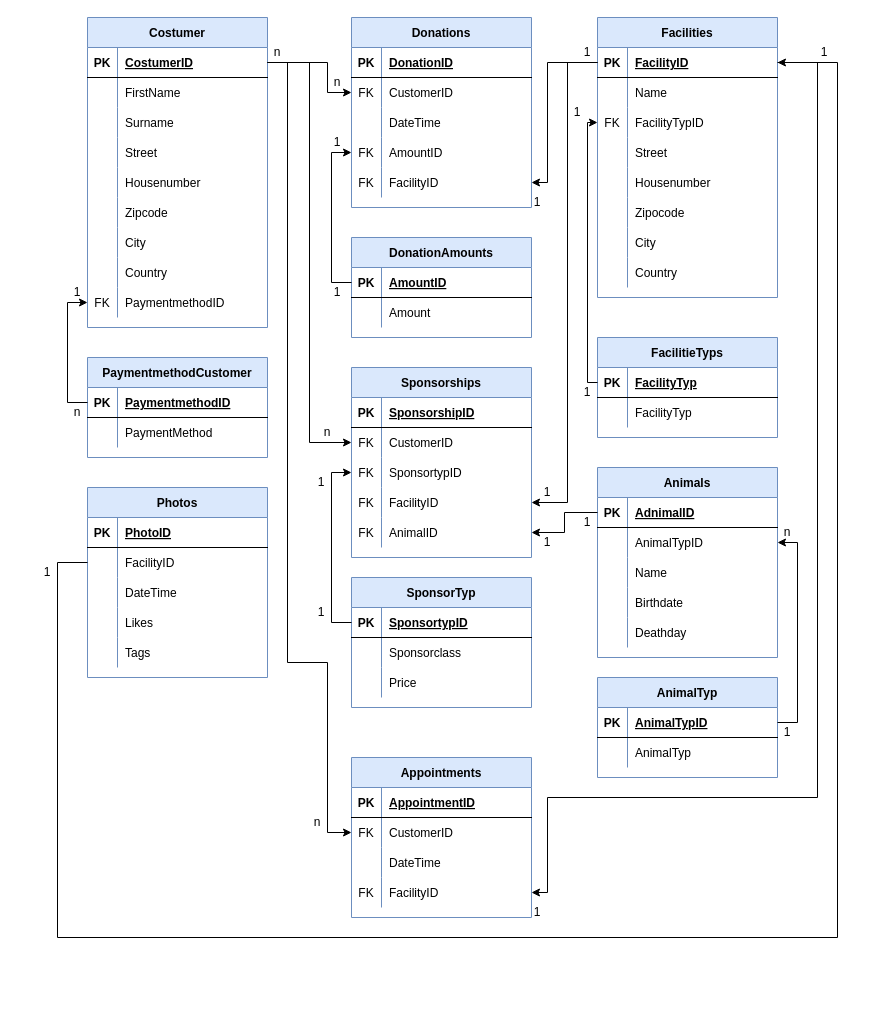
Earlier version of the draw.io diagram _docs/database/DDL-AnimalShelter.drawio (TabithaSusan/angular-animal-sponsoring). Source tidied: cells renumbered, new cells numbered last; positions are measured from the earlier drawing's top-left corner, leaving out a move shared by most shapes. Both pictures are drawn from the tidied source at 100%, with x=0, y=0 at pixel (17, 17).
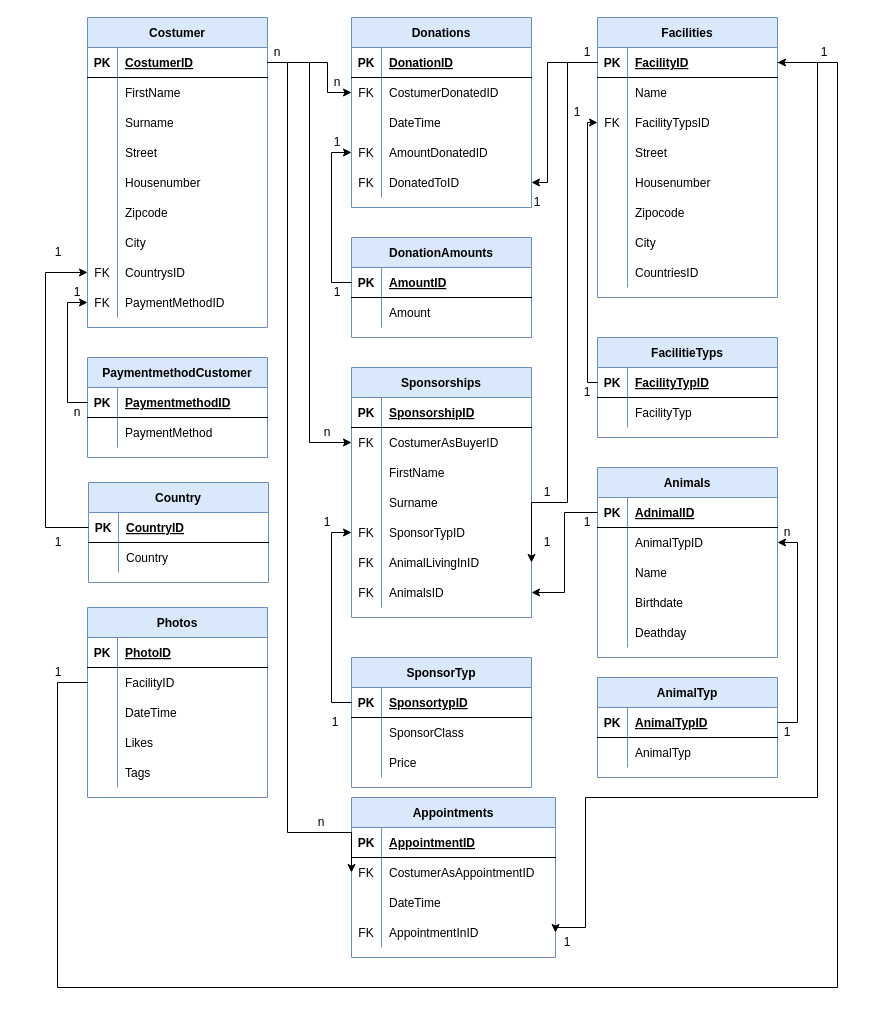
The same diagram, later.

Unchanged cells that the change refers to:
```xml
<mxCell id="3" style="shape=tableRow;horizontal=0;startSize=0;swimlaneHead=0;swimlaneBody=0;fillColor=none;points=[[0,0.5],[1,0.5]];portConstraint=eastwest;top=0;left=0;right=0;bottom=1;" parent="2" vertex="1">
  <mxGeometry y="30" width="180" height="30" as="geometry" />
</mxCell>
<mxCell id="24" style="shape=tableRow;horizontal=0;startSize=0;swimlaneHead=0;swimlaneBody=0;fillColor=none;points=[[0,0.5],[1,0.5]];portConstraint=eastwest;top=0;left=0;right=0;bottom=0;" parent="2" vertex="1">
  <mxGeometry y="240" width="180" height="30" as="geometry" />
</mxCell>
<mxCell id="27" style="shape=tableRow;horizontal=0;startSize=0;swimlaneHead=0;swimlaneBody=0;fillColor=none;points=[[0,0.5],[1,0.5]];portConstraint=eastwest;top=0;left=0;right=0;bottom=0;" parent="2" vertex="1">
  <mxGeometry y="270" width="180" height="30" as="geometry" />
</mxCell>
<mxCell id="34" style="shape=tableRow;horizontal=0;startSize=0;swimlaneHead=0;swimlaneBody=0;fillColor=none;points=[[0,0.5],[1,0.5]];portConstraint=eastwest;top=0;left=0;right=0;bottom=0;" parent="30" vertex="1">
  <mxGeometry y="60" width="180" height="30" as="geometry" />
</mxCell>
<mxCell id="40" style="shape=tableRow;horizontal=0;startSize=0;swimlaneHead=0;swimlaneBody=0;fillColor=none;points=[[0,0.5],[1,0.5]];portConstraint=eastwest;top=0;left=0;right=0;bottom=0;" parent="30" vertex="1">
  <mxGeometry y="120" width="180" height="30" as="geometry" />
</mxCell>
<mxCell id="43" style="shape=tableRow;horizontal=0;startSize=0;swimlaneHead=0;swimlaneBody=0;fillColor=none;points=[[0,0.5],[1,0.5]];portConstraint=eastwest;top=0;left=0;right=0;bottom=0;" parent="30" vertex="1">
  <mxGeometry y="150" width="180" height="30" as="geometry" />
</mxCell>
<mxCell id="50" style="shape=tableRow;horizontal=0;startSize=0;swimlaneHead=0;swimlaneBody=0;fillColor=none;points=[[0,0.5],[1,0.5]];portConstraint=eastwest;top=0;left=0;right=0;bottom=0;" parent="46" vertex="1">
  <mxGeometry y="60" width="180" height="30" as="geometry" />
</mxCell>
<mxCell id="83" style="shape=tableRow;horizontal=0;startSize=0;swimlaneHead=0;swimlaneBody=0;fillColor=none;points=[[0,0.5],[1,0.5]];portConstraint=eastwest;top=0;left=0;right=0;bottom=1;" parent="82" vertex="1">
  <mxGeometry y="30" width="180" height="30" as="geometry" />
</mxCell>
<mxCell id="89" style="shape=tableRow;horizontal=0;startSize=0;swimlaneHead=0;swimlaneBody=0;fillColor=none;points=[[0,0.5],[1,0.5]];portConstraint=eastwest;top=0;left=0;right=0;bottom=0;" parent="82" vertex="1">
  <mxGeometry y="90" width="180" height="30" as="geometry" />
</mxCell>
<mxCell id="104" style="shape=tableRow;horizontal=0;startSize=0;swimlaneHead=0;swimlaneBody=0;fillColor=none;top=0;left=0;right=0;bottom=0;" parent="82" vertex="1">
  <mxGeometry y="240" width="180" height="30" as="geometry" />
</mxCell>
<mxCell id="108" style="shape=tableRow;horizontal=0;startSize=0;swimlaneHead=0;swimlaneBody=0;fillColor=none;points=[[0,0.5],[1,0.5]];portConstraint=eastwest;top=0;left=0;right=0;bottom=1;" parent="107" vertex="1">
  <mxGeometry y="30" width="180" height="30" as="geometry" />
</mxCell>
<mxCell id="118" style="shape=tableRow;horizontal=0;startSize=0;swimlaneHead=0;swimlaneBody=0;fillColor=none;points=[[0,0.5],[1,0.5]];portConstraint=eastwest;top=0;left=0;right=0;bottom=0;" parent="114" vertex="1">
  <mxGeometry y="60" width="180" height="30" as="geometry" />
</mxCell>
<mxCell id="175" style="shape=tableRow;horizontal=0;startSize=0;swimlaneHead=0;swimlaneBody=0;fillColor=none;top=0;left=0;right=0;bottom=0;" parent="171" vertex="1">
  <mxGeometry y="60" width="180" height="30" as="geometry" />
</mxCell>
```

Diff of the diagram source:
```diff
@@
-    <mxCell id="25" style="shape=partialRectangle;fillColor=none;top=0;left=0;bottom=0;right=0;overflow=hidden;" parent="24" vertex="1">
+    <mxCell id="25" value="FK" style="shape=partialRectangle;fillColor=none;top=0;left=0;bottom=0;right=0;overflow=hidden;" parent="24" vertex="1">
       <mxGeometry width="30" height="30" as="geometry" />
     </mxCell>
-    <mxCell id="26" value="Country" style="shape=partialRectangle;fillColor=none;top=0;left=0;bottom=0;right=0;align=left;spacingLeft=6;overflow=hidden;" parent="24" vertex="1">
+    <mxCell id="26" value="CountrysID" style="shape=partialRectangle;fillColor=none;top=0;left=0;bottom=0;right=0;align=left;spacingLeft=6;overflow=hidden;" parent="24" vertex="1">
       <mxGeometry x="30" width="150" height="30" as="geometry" />
     </mxCell>
@@
-    <mxCell id="29" value="PaymentmethodID" style="shape=partialRectangle;fillColor=none;top=0;left=0;bottom=0;right=0;align=left;spacingLeft=6;overflow=hidden;" parent="27" vertex="1">
+    <mxCell id="29" value="PaymentMethodID" style="shape=partialRectangle;fillColor=none;top=0;left=0;bottom=0;right=0;align=left;spacingLeft=6;overflow=hidden;" parent="27" vertex="1">
       <mxGeometry x="30" width="150" height="30" as="geometry" />
     </mxCell>
@@
-    <mxCell id="36" value="CustomerID" style="shape=partialRectangle;fillColor=none;top=0;left=0;bottom=0;right=0;align=left;spacingLeft=6;overflow=hidden;" parent="34" vertex="1">
+    <mxCell id="36" value="CostumerDonatedID" style="shape=partialRectangle;fillColor=none;top=0;left=0;bottom=0;right=0;align=left;spacingLeft=6;overflow=hidden;" parent="34" vertex="1">
       <mxGeometry x="30" width="150" height="30" as="geometry" />
     </mxCell>
@@
-    <mxCell id="42" value="AmountID" style="shape=partialRectangle;fillColor=none;top=0;left=0;bottom=0;right=0;align=left;spacingLeft=6;overflow=hidden;" parent="40" vertex="1">
+    <mxCell id="42" value="AmountDonatedID" style="shape=partialRectangle;fillColor=none;top=0;left=0;bottom=0;right=0;align=left;spacingLeft=6;overflow=hidden;" parent="40" vertex="1">
       <mxGeometry x="30" width="150" height="30" as="geometry" />
     </mxCell>
@@
-    <mxCell id="45" value="FacilityID" style="shape=partialRectangle;fillColor=none;top=0;left=0;bottom=0;right=0;align=left;spacingLeft=6;overflow=hidden;" parent="43" vertex="1">
+    <mxCell id="45" value="DonatedToID" style="shape=partialRectangle;fillColor=none;top=0;left=0;bottom=0;right=0;align=left;spacingLeft=6;overflow=hidden;" parent="43" vertex="1">
       <mxGeometry x="30" width="150" height="30" as="geometry" />
     </mxCell>
     <mxCell id="46" value="Sponsorships" style="shape=table;startSize=30;childLayout=tableLayout;rowLines=0;fontStyle=1;align=center;fillColor=#dae8fc;strokeColor=#6c8ebf;" parent="1" vertex="1">
-      <mxGeometry x="334" y="350" width="180" height="190" as="geometry" />
+      <mxGeometry x="334" y="350" width="180" height="250" as="geometry" />
     </mxCell>
@@
-    <mxCell id="52" value="CustomerID" style="shape=partialRectangle;fillColor=none;top=0;left=0;bottom=0;right=0;align=left;spacingLeft=6;overflow=hidden;" parent="50" vertex="1">
+    <mxCell id="52" value="CostumerAsBuyerID" style="shape=partialRectangle;fillColor=none;top=0;left=0;bottom=0;right=0;align=left;spacingLeft=6;overflow=hidden;" parent="50" vertex="1">
       <mxGeometry x="30" width="150" height="30" as="geometry" />
     </mxCell>
+    <mxCell id="205" style="shape=tableRow;horizontal=0;startSize=0;swimlaneHead=0;swimlaneBody=0;fillColor=none;top=0;left=0;right=0;bottom=0;" parent="46" vertex="1">
+      <mxGeometry y="90" width="180" height="30" as="geometry" />
+    </mxCell>
+    <mxCell id="206" style="shape=partialRectangle;fillColor=none;top=0;left=0;bottom=0;right=0;overflow=hidden;" parent="205" vertex="1">
+      <mxGeometry width="30" height="30" as="geometry" />
+    </mxCell>
+    <mxCell id="207" value="FirstName" style="shape=partialRectangle;fillColor=none;top=0;left=0;bottom=0;right=0;align=left;spacingLeft=6;overflow=hidden;" parent="205" vertex="1">
+      <mxGeometry x="30" width="150" height="30" as="geometry" />
+    </mxCell>
+    <mxCell id="208" style="shape=tableRow;horizontal=0;startSize=0;swimlaneHead=0;swimlaneBody=0;fillColor=none;top=0;left=0;right=0;bottom=0;" parent="46" vertex="1">
+      <mxGeometry y="120" width="180" height="30" as="geometry" />
+    </mxCell>
+    <mxCell id="209" style="shape=partialRectangle;fillColor=none;top=0;left=0;bottom=0;right=0;overflow=hidden;" parent="208" vertex="1">
+      <mxGeometry width="30" height="30" as="geometry" />
+    </mxCell>
+    <mxCell id="210" value="Surname" style="shape=partialRectangle;fillColor=none;top=0;left=0;bottom=0;right=0;align=left;spacingLeft=6;overflow=hidden;" parent="208" vertex="1">
+      <mxGeometry x="30" width="150" height="30" as="geometry" />
+    </mxCell>
     <mxCell id="53" style="shape=tableRow;horizontal=0;startSize=0;swimlaneHead=0;swimlaneBody=0;fillColor=none;points=[[0,0.5],[1,0.5]];portConstraint=eastwest;top=0;left=0;right=0;bottom=0;" parent="46" vertex="1">
-      <mxGeometry y="90" width="180" height="30" as="geometry" />
+      <mxGeometry y="150" width="180" height="30" as="geometry" />
     </mxCell>
@@
-    <mxCell id="55" value="SponsortypID" style="shape=partialRectangle;fillColor=none;top=0;left=0;bottom=0;right=0;align=left;spacingLeft=6;overflow=hidden;" parent="53" vertex="1">
+    <mxCell id="55" value="SponsorTypID" style="shape=partialRectangle;fillColor=none;top=0;left=0;bottom=0;right=0;align=left;spacingLeft=6;overflow=hidden;" parent="53" vertex="1">
       <mxGeometry x="30" width="150" height="30" as="geometry" />
     </mxCell>
     <mxCell id="56" style="shape=tableRow;horizontal=0;startSize=0;swimlaneHead=0;swimlaneBody=0;fillColor=none;points=[[0,0.5],[1,0.5]];portConstraint=eastwest;top=0;left=0;right=0;bottom=0;" parent="46" vertex="1">
-      <mxGeometry y="120" width="180" height="30" as="geometry" />
+      <mxGeometry y="180" width="180" height="30" as="geometry" />
     </mxCell>
@@
-    <mxCell id="58" value="FacilityID" style="shape=partialRectangle;fillColor=none;top=0;left=0;bottom=0;right=0;align=left;spacingLeft=6;overflow=hidden;" parent="56" vertex="1">
+    <mxCell id="58" value="AnimalLivingInID" style="shape=partialRectangle;fillColor=none;top=0;left=0;bottom=0;right=0;align=left;spacingLeft=6;overflow=hidden;" parent="56" vertex="1">
       <mxGeometry x="30" width="150" height="30" as="geometry" />
     </mxCell>
     <mxCell id="59" style="shape=tableRow;horizontal=0;startSize=0;swimlaneHead=0;swimlaneBody=0;fillColor=none;points=[[0,0.5],[1,0.5]];portConstraint=eastwest;top=0;left=0;right=0;bottom=0;" parent="46" vertex="1">
-      <mxGeometry y="150" width="180" height="30" as="geometry" />
+      <mxGeometry y="210" width="180" height="30" as="geometry" />
     </mxCell>
@@
-    <mxCell id="61" value="AnimalID" style="shape=partialRectangle;fillColor=none;top=0;left=0;bottom=0;right=0;align=left;spacingLeft=6;overflow=hidden;" parent="59" vertex="1">
+    <mxCell id="61" value="AnimalsID" style="shape=partialRectangle;fillColor=none;top=0;left=0;bottom=0;right=0;align=left;spacingLeft=6;overflow=hidden;" parent="59" vertex="1">
       <mxGeometry x="30" width="150" height="30" as="geometry" />
     </mxCell>
@@
     <mxCell id="69" value="Appointments" style="shape=table;startSize=30;childLayout=tableLayout;rowLines=0;fontStyle=1;align=center;fillColor=#dae8fc;strokeColor=#6c8ebf;" parent="1" vertex="1">
-      <mxGeometry x="334" y="740" width="180" height="160" as="geometry" />
+      <mxGeometry x="334" y="780" width="204" height="160" as="geometry" />
     </mxCell>
     <mxCell id="70" style="shape=tableRow;horizontal=0;startSize=0;swimlaneHead=0;swimlaneBody=0;fillColor=none;top=0;left=0;right=0;bottom=1;" parent="69" vertex="1">
-      <mxGeometry y="30" width="180" height="30" as="geometry" />
+      <mxGeometry y="30" width="204" height="30" as="geometry" />
     </mxCell>
@@
     <mxCell id="72" value="AppointmentID" style="shape=partialRectangle;fillColor=none;top=0;left=0;bottom=0;right=0;align=left;spacingLeft=6;fontStyle=5;overflow=hidden;" parent="70" vertex="1">
-      <mxGeometry x="30" width="150" height="30" as="geometry" />
+      <mxGeometry x="30" width="174" height="30" as="geometry" />
     </mxCell>
     <mxCell id="73" style="shape=tableRow;horizontal=0;startSize=0;swimlaneHead=0;swimlaneBody=0;fillColor=none;points=[[0,0.5],[1,0.5]];portConstraint=eastwest;top=0;left=0;right=0;bottom=0;" parent="69" vertex="1">
-      <mxGeometry y="60" width="180" height="30" as="geometry" />
+      <mxGeometry y="60" width="204" height="30" as="geometry" />
     </mxCell>
@@
-    <mxCell id="75" value="CustomerID" style="shape=partialRectangle;fillColor=none;top=0;left=0;bottom=0;right=0;align=left;spacingLeft=6;overflow=hidden;" parent="73" vertex="1">
-      <mxGeometry x="30" width="150" height="30" as="geometry" />
+    <mxCell id="75" value="CostumerAsAppointmentID" style="shape=partialRectangle;fillColor=none;top=0;left=0;bottom=0;right=0;align=left;spacingLeft=6;overflow=hidden;" parent="73" vertex="1">
+      <mxGeometry x="30" width="174" height="30" as="geometry" />
     </mxCell>
     <mxCell id="76" style="shape=tableRow;horizontal=0;startSize=0;swimlaneHead=0;swimlaneBody=0;fillColor=none;top=0;left=0;right=0;bottom=0;" parent="69" vertex="1">
-      <mxGeometry y="90" width="180" height="30" as="geometry" />
+      <mxGeometry y="90" width="204" height="30" as="geometry" />
     </mxCell>
@@
     <mxCell id="78" value="DateTime" style="shape=partialRectangle;fillColor=none;top=0;left=0;bottom=0;right=0;align=left;spacingLeft=6;overflow=hidden;" parent="76" vertex="1">
-      <mxGeometry x="30" width="150" height="30" as="geometry" />
+      <mxGeometry x="30" width="174" height="30" as="geometry" />
     </mxCell>
     <mxCell id="79" style="shape=tableRow;horizontal=0;startSize=0;swimlaneHead=0;swimlaneBody=0;fillColor=none;points=[[0,0.5],[1,0.5]];portConstraint=eastwest;top=0;left=0;right=0;bottom=0;" parent="69" vertex="1">
-      <mxGeometry y="120" width="180" height="30" as="geometry" />
+      <mxGeometry y="120" width="204" height="30" as="geometry" />
     </mxCell>
@@
-    <mxCell id="81" value="FacilityID" style="shape=partialRectangle;fillColor=none;top=0;left=0;bottom=0;right=0;align=left;spacingLeft=6;overflow=hidden;" parent="79" vertex="1">
-      <mxGeometry x="30" width="150" height="30" as="geometry" />
+    <mxCell id="81" value="AppointmentInID" style="shape=partialRectangle;fillColor=none;top=0;left=0;bottom=0;right=0;align=left;spacingLeft=6;overflow=hidden;" parent="79" vertex="1">
+      <mxGeometry x="30" width="174" height="30" as="geometry" />
     </mxCell>
@@
-    <mxCell id="91" value="FacilityTypID" style="shape=partialRectangle;fillColor=none;top=0;left=0;bottom=0;right=0;align=left;spacingLeft=6;overflow=hidden;" parent="89" vertex="1">
+    <mxCell id="91" value="FacilityTypsID" style="shape=partialRectangle;fillColor=none;top=0;left=0;bottom=0;right=0;align=left;spacingLeft=6;overflow=hidden;" parent="89" vertex="1">
       <mxGeometry x="30" width="150" height="30" as="geometry" />
     </mxCell>
@@
-    <mxCell id="106" value="Country" style="shape=partialRectangle;fillColor=none;top=0;left=0;bottom=0;right=0;align=left;spacingLeft=6;overflow=hidden;" parent="104" vertex="1">
+    <mxCell id="106" value="CountriesID" style="shape=partialRectangle;fillColor=none;top=0;left=0;bottom=0;right=0;align=left;spacingLeft=6;overflow=hidden;" parent="104" vertex="1">
       <mxGeometry x="30" width="150" height="30" as="geometry" />
     </mxCell>
@@
-    <mxCell id="110" value="FacilityTyp" style="shape=partialRectangle;fillColor=none;top=0;left=0;bottom=0;right=0;align=left;spacingLeft=6;fontStyle=5;overflow=hidden;" parent="108" vertex="1">
+    <mxCell id="110" value="FacilityTypID" style="shape=partialRectangle;fillColor=none;top=0;left=0;bottom=0;right=0;align=left;spacingLeft=6;fontStyle=5;overflow=hidden;" parent="108" vertex="1">
       <mxGeometry x="30" width="150" height="30" as="geometry" />
     </mxCell>
@@
     <mxCell id="114" value="Photos" style="shape=table;startSize=30;childLayout=tableLayout;rowLines=0;fontStyle=1;align=center;fillColor=#dae8fc;strokeColor=#6c8ebf;" parent="1" vertex="1">
-      <mxGeometry x="70" y="470" width="180" height="190" as="geometry" />
+      <mxGeometry x="70" y="590" width="180" height="190" as="geometry" />
     </mxCell>
@@
     <mxCell id="141" style="edgeStyle=orthogonalEdgeStyle;rounded=0;jettySize=auto;html=1;entryX=1;entryY=0.5;entryDx=0;entryDy=0;" parent="1" edge="1" source="83" target="79">
       <mxGeometry relative="1" as="geometry">
         <Array as="points">
           <mxPoint x="800" y="45" />
           <mxPoint x="800" y="780" />
-          <mxPoint x="530" y="780" />
-          <mxPoint x="530" y="875" />
+          <mxPoint x="568" y="780" />
+          <mxPoint x="568" y="910" />
+          <mxPoint x="538" y="910" />
         </Array>
       </mxGeometry>
     </mxCell>
@@
     <mxCell id="144" style="edgeStyle=orthogonalEdgeStyle;rounded=0;jettySize=auto;html=1;entryX=0;entryY=0.5;entryDx=0;entryDy=0;" parent="1" edge="1" source="3" target="73">
       <mxGeometry relative="1" as="geometry">
         <Array as="points">
           <mxPoint x="270" y="45" />
-          <mxPoint x="270" y="645" />
-          <mxPoint x="310" y="645" />
-          <mxPoint x="310" y="815" />
+          <mxPoint x="270" y="815" />
+          <mxPoint x="334" y="815" />
         </Array>
       </mxGeometry>
     </mxCell>
@@
     <mxCell id="171" value="SponsorTyp" style="shape=table;startSize=30;childLayout=tableLayout;rowLines=0;fontStyle=1;align=center;fillColor=#dae8fc;strokeColor=#6c8ebf;" parent="1" vertex="1">
-      <mxGeometry x="334" y="560" width="180" height="130" as="geometry" />
+      <mxGeometry x="334" y="640" width="180" height="130" as="geometry" />
     </mxCell>
@@
-    <mxCell id="177" value="Sponsorclass" style="shape=partialRectangle;fillColor=none;top=0;left=0;bottom=0;right=0;align=left;spacingLeft=6;overflow=hidden;" parent="175" vertex="1">
+    <mxCell id="177" value="SponsorClass" style="shape=partialRectangle;fillColor=none;top=0;left=0;bottom=0;right=0;align=left;spacingLeft=6;overflow=hidden;" parent="175" vertex="1">
       <mxGeometry x="30" width="150" height="30" as="geometry" />
     </mxCell>
@@
     <mxCell id="182" style="edgeStyle=orthogonalEdgeStyle;rounded=0;jettySize=auto;html=1;entryX=1;entryY=0.5;entryDx=0;entryDy=0;" parent="1" edge="1" source="118" target="83">
       <mxGeometry relative="1" as="geometry">
         <Array as="points">
-          <mxPoint x="40" y="545" />
-          <mxPoint x="40" y="920" />
-          <mxPoint x="820" y="920" />
+          <mxPoint x="40" y="665" />
+          <mxPoint x="40" y="970" />
+          <mxPoint x="820" y="970" />
           <mxPoint x="820" y="45" />
         </Array>
       </mxGeometry>
     </mxCell>
@@
     <mxCell id="188" value="n" style="text;html=1;strokeColor=none;fillColor=none;align=center;verticalAlign=middle;whiteSpace=wrap;rounded=0;" parent="1" vertex="1">
-      <mxGeometry x="270" y="790" width="60" height="30" as="geometry" />
+      <mxGeometry x="274" y="790" width="60" height="30" as="geometry" />
     </mxCell>
@@
     <mxCell id="191" value="1" style="text;html=1;strokeColor=none;fillColor=none;align=center;verticalAlign=middle;whiteSpace=wrap;rounded=0;" parent="1" vertex="1">
-      <mxGeometry x="274" y="450" width="60" height="30" as="geometry" />
+      <mxGeometry x="280" y="490" width="60" height="30" as="geometry" />
     </mxCell>
     <mxCell id="192" value="1" style="text;html=1;strokeColor=none;fillColor=none;align=center;verticalAlign=middle;whiteSpace=wrap;rounded=0;" parent="1" vertex="1">
-      <mxGeometry y="540" width="60" height="30" as="geometry" />
+      <mxGeometry x="11" y="640" width="60" height="30" as="geometry" />
     </mxCell>
     <mxCell id="193" value="1" style="text;html=1;strokeColor=none;fillColor=none;align=center;verticalAlign=middle;whiteSpace=wrap;rounded=0;" parent="1" vertex="1">
-      <mxGeometry x="274" y="580" width="60" height="30" as="geometry" />
+      <mxGeometry x="288" y="690" width="60" height="30" as="geometry" />
     </mxCell>
@@
     <mxCell id="200" value="1" style="text;html=1;strokeColor=none;fillColor=none;align=center;verticalAlign=middle;whiteSpace=wrap;rounded=0;" parent="1" vertex="1">
-      <mxGeometry x="490" y="880" width="60" height="30" as="geometry" />
+      <mxGeometry x="520" y="910" width="60" height="30" as="geometry" />
     </mxCell>
@@
+    <mxCell id="211" value="Country" style="shape=table;startSize=30;childLayout=tableLayout;rowLines=0;fontStyle=1;align=center;fillColor=#dae8fc;strokeColor=#6c8ebf;" parent="1" vertex="1">
+      <mxGeometry x="71" y="465" width="180" height="100" as="geometry" />
+    </mxCell>
+    <mxCell id="212" style="shape=tableRow;horizontal=0;startSize=0;swimlaneHead=0;swimlaneBody=0;fillColor=none;points=[[0,0.5],[1,0.5]];portConstraint=eastwest;top=0;left=0;right=0;bottom=1;" parent="211" vertex="1">
+      <mxGeometry y="30" width="180" height="30" as="geometry" />
+    </mxCell>
+    <mxCell id="213" value="PK" style="shape=partialRectangle;fillColor=none;top=0;left=0;bottom=0;right=0;fontStyle=1;overflow=hidden;" parent="212" vertex="1">
+      <mxGeometry width="30" height="30" as="geometry" />
+    </mxCell>
+    <mxCell id="214" value="CountryID" style="shape=partialRectangle;fillColor=none;top=0;left=0;bottom=0;right=0;align=left;spacingLeft=6;fontStyle=5;overflow=hidden;" parent="212" vertex="1">
+      <mxGeometry x="30" width="150" height="30" as="geometry" />
+    </mxCell>
+    <mxCell id="215" style="shape=tableRow;horizontal=0;startSize=0;swimlaneHead=0;swimlaneBody=0;fillColor=none;top=0;left=0;right=0;bottom=0;" parent="211" vertex="1">
+      <mxGeometry y="60" width="180" height="30" as="geometry" />
+    </mxCell>
+    <mxCell id="216" style="shape=partialRectangle;fillColor=none;top=0;left=0;bottom=0;right=0;overflow=hidden;" parent="215" vertex="1">
+      <mxGeometry width="30" height="30" as="geometry" />
+    </mxCell>
+    <mxCell id="217" value="Country" style="shape=partialRectangle;fillColor=none;top=0;left=0;bottom=0;right=0;align=left;spacingLeft=6;overflow=hidden;" parent="215" vertex="1">
+      <mxGeometry x="30" width="150" height="30" as="geometry" />
+    </mxCell>
+    <mxCell id="218" style="edgeStyle=orthogonalEdgeStyle;rounded=0;jettySize=auto;html=1;entryX=0;entryY=0.5;entryDx=0;entryDy=0;" parent="1" edge="1" source="212" target="24">
+      <mxGeometry relative="1" as="geometry">
+        <Array as="points">
+          <mxPoint x="28" y="510" />
+          <mxPoint x="28" y="255" />
+        </Array>
+      </mxGeometry>
+    </mxCell>
+    <mxCell id="219" value="1" style="text;html=1;strokeColor=none;fillColor=none;align=center;verticalAlign=middle;whiteSpace=wrap;rounded=0;" parent="1" vertex="1">
+      <mxGeometry x="11" y="220" width="60" height="30" as="geometry" />
+    </mxCell>
+    <mxCell id="220" value="1" style="text;html=1;strokeColor=none;fillColor=none;align=center;verticalAlign=middle;whiteSpace=wrap;rounded=0;" parent="1" vertex="1">
+      <mxGeometry x="11" y="510" width="60" height="30" as="geometry" />
+    </mxCell>
```
